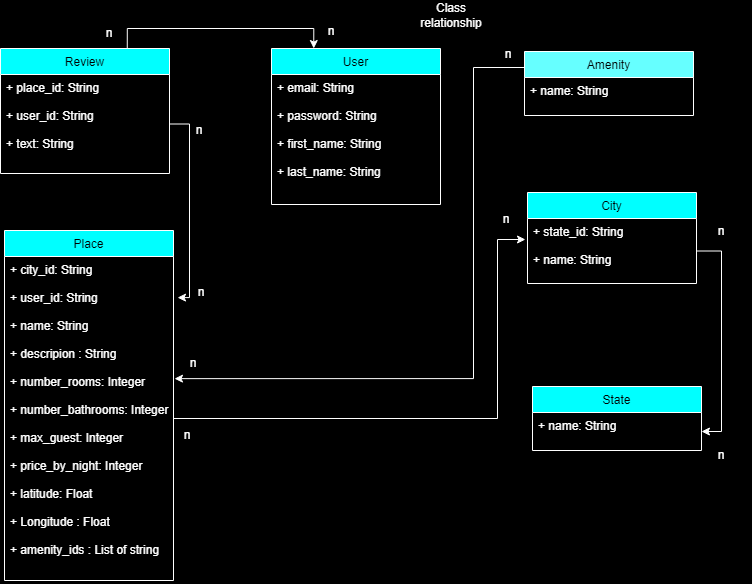
Before: assets/obsidian/Pseudocodes/class_relationship.png, a diagram exported from draw.io (Imanolasolo/AirBnB_clone). Source tidied: cells renumbered, new cells last; positions are measured from the earlier drawing's top-left corner, leaving out a move shared by most shapes.
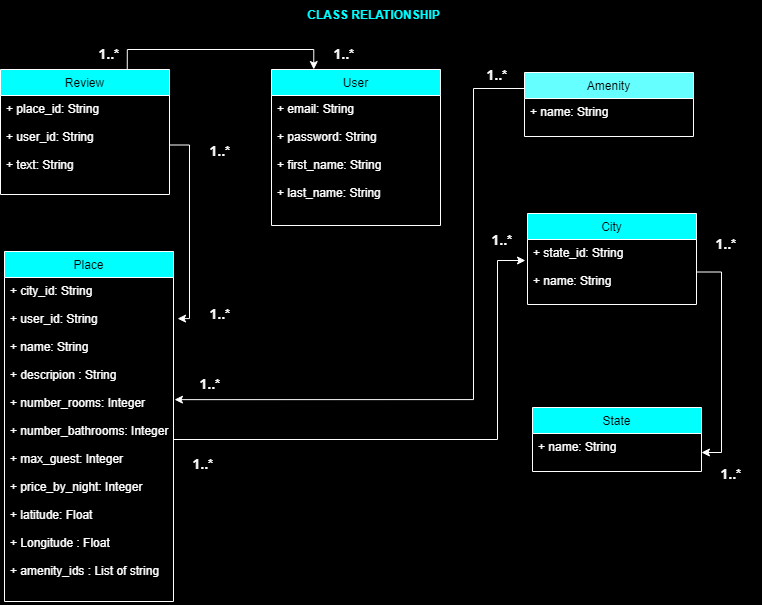
After the commit.

The edit, as a diff of the source:
```diff
@@ -28,9 +28,9 @@
     <mxCell id="8" value="Amenity" style="swimlane;fontStyle=0;horizontal=1;startSize=26;fillColor=#66FFFF;strokeColor=#FFFFFF;fontColor=#000000;" parent="1" vertex="1">
       <mxGeometry x="524" y="51" width="169" height="64" as="geometry" />
     </mxCell>
-    <mxCell id="9" value="+ name: String" style="text;strokeColor=none;fillColor=none;align=left;verticalAlign=top;spacingLeft=4;spacingRight=4;overflow=hidden;fontColor=#FFFFFF;" parent="8" vertex="1">
-      <mxGeometry y="26" width="169" height="38" as="geometry" />
-    </mxCell>
+    <mxCell id="30" value="+ name: String" style="text;strokeColor=none;fillColor=none;align=left;verticalAlign=top;spacingLeft=4;spacingRight=4;overflow=hidden;fontColor=#FFFFFF;" parent="8" vertex="1">
+      <mxGeometry y="26" width="169" height="38" as="geometry" />
+    </mxCell>
     <mxCell id="10" value="City" style="swimlane;fontStyle=0;horizontal=1;startSize=26;fillColor=#00FFFF;strokeColor=#FFFFFF;fontColor=#000000;" parent="1" vertex="1">
       <mxGeometry x="527" y="192" width="169" height="91" as="geometry" />
     </mxCell>
@@ -40,9 +40,9 @@
     <mxCell id="12" value="State" style="swimlane;fontStyle=0;horizontal=1;startSize=26;fillColor=#00FFFF;strokeColor=#FFFFFF;fontColor=#000000;" parent="1" vertex="1">
       <mxGeometry x="532" y="386" width="169" height="64" as="geometry" />
     </mxCell>
-    <mxCell id="13" value="+ name: String" style="text;strokeColor=none;fillColor=none;align=left;verticalAlign=top;spacingLeft=4;spacingRight=4;overflow=hidden;points=[[0,0.5],[1,0.5]];portConstraint=eastwest;fontColor=#FFFFFF;" parent="12" vertex="1">
-      <mxGeometry y="26" width="169" height="38" as="geometry" />
-    </mxCell>
+    <mxCell id="31" value="+ name: String" style="text;strokeColor=none;fillColor=none;align=left;verticalAlign=top;spacingLeft=4;spacingRight=4;overflow=hidden;points=[[0,0.5],[1,0.5]];portConstraint=eastwest;fontColor=#FFFFFF;" parent="12" vertex="1">
+      <mxGeometry y="26" width="169" height="38" as="geometry" />
+    </mxCell>
     <mxCell id="14" style="edgeStyle=orthogonalEdgeStyle;rounded=0;jettySize=auto;html=1;exitX=1;exitY=0.5;exitDx=0;exitDy=0;entryX=1.024;entryY=0.127;entryDx=0;entryDy=0;entryPerimeter=0;fontColor=#FFFFFF;strokeColor=#FFFFFF;" parent="1" edge="1" source="4" target="6">
       <mxGeometry relative="1" as="geometry">
         <Array as="points">
@@ -57,9 +57,9 @@
     <mxCell id="16" value="+ email: String&#10;&#10;+ password: String&#10;&#10;+ first_name: String&#10;&#10;+ last_name: String&#10;&#10;" style="text;strokeColor=none;fillColor=none;align=left;verticalAlign=top;spacingLeft=4;spacingRight=4;overflow=hidden;fontColor=#FFFFFF;" parent="15" vertex="1">
       <mxGeometry y="26" width="169" height="130" as="geometry" />
     </mxCell>
-    <mxCell id="17" style="edgeStyle=orthogonalEdgeStyle;rounded=0;jettySize=auto;html=1;exitX=1;exitY=0.5;exitDx=0;exitDy=0;entryX=1;entryY=0.5;entryDx=0;entryDy=0;fontColor=#FFFFFF;strokeColor=#FFFFFF;" parent="1" edge="1" source="11" target="13">
-      <mxGeometry relative="1" as="geometry" />
-    </mxCell>
+    <mxCell id="32" style="edgeStyle=orthogonalEdgeStyle;rounded=0;jettySize=auto;html=1;exitX=1;exitY=0.5;exitDx=0;exitDy=0;entryX=1;entryY=0.5;entryDx=0;entryDy=0;fontColor=#FFFFFF;strokeColor=#FFFFFF;" parent="1" edge="1" source="11" target="31">
+      <mxGeometry relative="1" as="geometry" />
+    </mxCell>
     <mxCell id="18" style="edgeStyle=orthogonalEdgeStyle;rounded=0;jettySize=auto;html=1;exitX=1;exitY=0.5;exitDx=0;exitDy=0;entryX=-0.012;entryY=0.323;entryDx=0;entryDy=0;entryPerimeter=0;fontColor=#FFFFFF;strokeColor=#FFFFFF;" parent="1" edge="1" source="6" target="11">
       <mxGeometry relative="1" as="geometry">
         <Array as="points">
@@ -68,38 +68,38 @@
         </Array>
       </mxGeometry>
     </mxCell>
-    <mxCell id="19" value="n" style="text;html=1;strokeColor=none;fillColor=none;align=center;verticalAlign=middle;whiteSpace=wrap;rounded=0;fontColor=#FFFFFF;" parent="1" vertex="1">
-      <mxGeometry x="79" y="18" width="60" height="30" as="geometry" />
-    </mxCell>
-    <mxCell id="20" value="n" style="text;html=1;strokeColor=none;fillColor=none;align=center;verticalAlign=middle;whiteSpace=wrap;rounded=0;fontColor=#FFFFFF;" parent="1" vertex="1">
-      <mxGeometry x="301" y="16" width="60" height="30" as="geometry" />
-    </mxCell>
-    <mxCell id="21" value="n" style="text;html=1;strokeColor=none;fillColor=none;align=center;verticalAlign=middle;whiteSpace=wrap;rounded=0;fontColor=#FFFFFF;" parent="1" vertex="1">
-      <mxGeometry x="169" y="115" width="60" height="30" as="geometry" />
-    </mxCell>
-    <mxCell id="22" value="n" style="text;html=1;strokeColor=none;fillColor=none;align=center;verticalAlign=middle;whiteSpace=wrap;rounded=0;fontColor=#FFFFFF;" parent="1" vertex="1">
-      <mxGeometry x="171" y="277" width="60" height="30" as="geometry" />
-    </mxCell>
-    <mxCell id="23" value="n" style="text;html=1;strokeColor=none;fillColor=none;align=center;verticalAlign=middle;whiteSpace=wrap;rounded=0;fontColor=#FFFFFF;" parent="1" vertex="1">
-      <mxGeometry x="478" y="39" width="60" height="30" as="geometry" />
-    </mxCell>
-    <mxCell id="24" value="n" style="text;html=1;strokeColor=none;fillColor=none;align=center;verticalAlign=middle;whiteSpace=wrap;rounded=0;fontColor=#FFFFFF;" parent="1" vertex="1">
-      <mxGeometry x="163" y="348" width="60" height="30" as="geometry" />
-    </mxCell>
-    <mxCell id="25" value="n" style="text;html=1;strokeColor=none;fillColor=none;align=center;verticalAlign=middle;whiteSpace=wrap;rounded=0;fontColor=#FFFFFF;" parent="1" vertex="1">
-      <mxGeometry x="157" y="420" width="60" height="30" as="geometry" />
-    </mxCell>
-    <mxCell id="26" value="n" style="text;html=1;strokeColor=none;fillColor=none;align=center;verticalAlign=middle;whiteSpace=wrap;rounded=0;fontColor=#FFFFFF;" parent="1" vertex="1">
-      <mxGeometry x="476" y="204" width="60" height="30" as="geometry" />
-    </mxCell>
-    <mxCell id="27" value="n" style="text;html=1;strokeColor=none;fillColor=none;align=center;verticalAlign=middle;whiteSpace=wrap;rounded=0;fontColor=#FFFFFF;" parent="1" vertex="1">
-      <mxGeometry x="691" y="216" width="60" height="30" as="geometry" />
-    </mxCell>
-    <mxCell id="28" value="n" style="text;html=1;strokeColor=none;fillColor=none;align=center;verticalAlign=middle;whiteSpace=wrap;rounded=0;fontColor=#FFFFFF;" parent="1" vertex="1">
-      <mxGeometry x="691" y="440" width="60" height="30" as="geometry" />
-    </mxCell>
-    <mxCell id="29" value="Class&lt;br&gt;relationship" style="text;html=1;strokeColor=none;fillColor=none;align=center;verticalAlign=middle;whiteSpace=wrap;rounded=0;fontColor=#FFFFFF;" parent="1" vertex="1">
-      <mxGeometry x="421" width="60" height="30" as="geometry" />
-    </mxCell>
+    <mxCell id="33" value="&lt;b style=&quot;font-family: sans-serif ; font-size: 14px&quot;&gt;1.&lt;/b&gt;&lt;b style=&quot;font-family: sans-serif ; font-size: 14px&quot;&gt;.&lt;/b&gt;&lt;b style=&quot;font-family: sans-serif ; font-size: 14px&quot;&gt;*&lt;/b&gt;" style="text;html=1;strokeColor=none;fillColor=none;align=center;verticalAlign=middle;whiteSpace=wrap;rounded=0;fontColor=#FFFFFF;" parent="1" vertex="1">
+      <mxGeometry x="79" y="18" width="60" height="30" as="geometry" />
+    </mxCell>
+    <mxCell id="34" value="CLASS RELATIONSHIP" style="text;html=1;strokeColor=none;fillColor=none;align=center;verticalAlign=middle;whiteSpace=wrap;rounded=0;fontColor=#00FFFF;perimeterSpacing=0;fontStyle=1;" parent="1" vertex="1">
+      <mxGeometry x="294" y="-21" width="159" height="30" as="geometry" />
+    </mxCell>
+    <mxCell id="35" value="&lt;b style=&quot;font-family: sans-serif ; font-size: 14px&quot;&gt;1.&lt;/b&gt;&lt;b style=&quot;font-family: sans-serif ; font-size: 14px&quot;&gt;.&lt;/b&gt;&lt;b style=&quot;font-family: sans-serif ; font-size: 14px&quot;&gt;*&lt;/b&gt;" style="text;html=1;strokeColor=none;fillColor=none;align=center;verticalAlign=middle;whiteSpace=wrap;rounded=0;fontColor=#FFFFFF;" parent="1" vertex="1">
+      <mxGeometry x="314" y="18" width="60" height="30" as="geometry" />
+    </mxCell>
+    <mxCell id="36" value="&lt;b style=&quot;font-family: sans-serif ; font-size: 14px&quot;&gt;1.&lt;/b&gt;&lt;b style=&quot;font-family: sans-serif ; font-size: 14px&quot;&gt;.&lt;/b&gt;&lt;b style=&quot;font-family: sans-serif ; font-size: 14px&quot;&gt;*&lt;/b&gt;" style="text;html=1;strokeColor=none;fillColor=none;align=center;verticalAlign=middle;whiteSpace=wrap;rounded=0;fontColor=#FFFFFF;" parent="1" vertex="1">
+      <mxGeometry x="190" y="115" width="60" height="30" as="geometry" />
+    </mxCell>
+    <mxCell id="37" value="&lt;b style=&quot;font-family: sans-serif ; font-size: 14px&quot;&gt;1.&lt;/b&gt;&lt;b style=&quot;font-family: sans-serif ; font-size: 14px&quot;&gt;.&lt;/b&gt;&lt;b style=&quot;font-family: sans-serif ; font-size: 14px&quot;&gt;*&lt;/b&gt;" style="text;html=1;strokeColor=none;fillColor=none;align=center;verticalAlign=middle;whiteSpace=wrap;rounded=0;fontColor=#FFFFFF;" parent="1" vertex="1">
+      <mxGeometry x="190" y="278" width="60" height="30" as="geometry" />
+    </mxCell>
+    <mxCell id="38" value="&lt;b style=&quot;font-family: sans-serif ; font-size: 14px&quot;&gt;1.&lt;/b&gt;&lt;b style=&quot;font-family: sans-serif ; font-size: 14px&quot;&gt;.&lt;/b&gt;&lt;b style=&quot;font-family: sans-serif ; font-size: 14px&quot;&gt;*&lt;/b&gt;" style="text;html=1;strokeColor=none;fillColor=none;align=center;verticalAlign=middle;whiteSpace=wrap;rounded=0;fontColor=#FFFFFF;" parent="1" vertex="1">
+      <mxGeometry x="180" y="348" width="60" height="30" as="geometry" />
+    </mxCell>
+    <mxCell id="39" value="&lt;b style=&quot;font-family: sans-serif ; font-size: 14px&quot;&gt;1.&lt;/b&gt;&lt;b style=&quot;font-family: sans-serif ; font-size: 14px&quot;&gt;.&lt;/b&gt;&lt;b style=&quot;font-family: sans-serif ; font-size: 14px&quot;&gt;*&lt;/b&gt;" style="text;html=1;strokeColor=none;fillColor=none;align=center;verticalAlign=middle;whiteSpace=wrap;rounded=0;fontColor=#FFFFFF;" parent="1" vertex="1">
+      <mxGeometry x="467" y="39" width="60" height="30" as="geometry" />
+    </mxCell>
+    <mxCell id="40" value="&lt;b style=&quot;font-family: sans-serif ; font-size: 14px&quot;&gt;1.&lt;/b&gt;&lt;b style=&quot;font-family: sans-serif ; font-size: 14px&quot;&gt;.&lt;/b&gt;&lt;b style=&quot;font-family: sans-serif ; font-size: 14px&quot;&gt;*&lt;/b&gt;" style="text;html=1;strokeColor=none;fillColor=none;align=center;verticalAlign=middle;whiteSpace=wrap;rounded=0;fontColor=#FFFFFF;" parent="1" vertex="1">
+      <mxGeometry x="472" y="204" width="60" height="30" as="geometry" />
+    </mxCell>
+    <mxCell id="41" value="&lt;b style=&quot;font-family: sans-serif ; font-size: 14px&quot;&gt;1.&lt;/b&gt;&lt;b style=&quot;font-family: sans-serif ; font-size: 14px&quot;&gt;.&lt;/b&gt;&lt;b style=&quot;font-family: sans-serif ; font-size: 14px&quot;&gt;*&lt;/b&gt;" style="text;html=1;strokeColor=none;fillColor=none;align=center;verticalAlign=middle;whiteSpace=wrap;rounded=0;fontColor=#FFFFFF;" parent="1" vertex="1">
+      <mxGeometry x="696" y="208" width="60" height="30" as="geometry" />
+    </mxCell>
+    <mxCell id="42" value="&lt;b style=&quot;font-family: sans-serif ; font-size: 14px&quot;&gt;1.&lt;/b&gt;&lt;b style=&quot;font-family: sans-serif ; font-size: 14px&quot;&gt;.&lt;/b&gt;&lt;b style=&quot;font-family: sans-serif ; font-size: 14px&quot;&gt;*&lt;/b&gt;" style="text;html=1;strokeColor=none;fillColor=none;align=center;verticalAlign=middle;whiteSpace=wrap;rounded=0;fontColor=#FFFFFF;" parent="1" vertex="1">
+      <mxGeometry x="701" y="438" width="60" height="30" as="geometry" />
+    </mxCell>
+    <mxCell id="43" value="&lt;b style=&quot;font-family: sans-serif ; font-size: 14px&quot;&gt;1.&lt;/b&gt;&lt;b style=&quot;font-family: sans-serif ; font-size: 14px&quot;&gt;.&lt;/b&gt;&lt;b style=&quot;font-family: sans-serif ; font-size: 14px&quot;&gt;*&lt;/b&gt;" style="text;html=1;strokeColor=none;fillColor=none;align=center;verticalAlign=middle;whiteSpace=wrap;rounded=0;fontColor=#FFFFFF;" parent="1" vertex="1">
+      <mxGeometry x="173" y="428" width="60" height="30" as="geometry" />
+    </mxCell>
   </root>
 </mxGraphModel>
```
